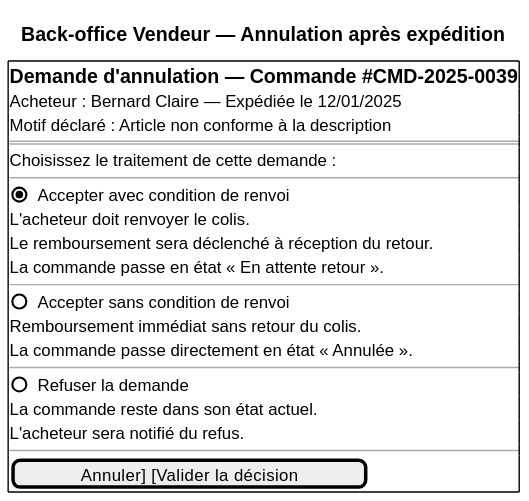
Earlier version of the PlantUML export architecture/04-physical-architecture/diagrams/ihm-bov-annulation-post-expedition.svg (louistalvande/online_shop). Source of this version:
```plantuml
@startsalt
title Back-office Vendeur — Annulation après expédition

{+
  == Demande d'annulation — Commande #CMD-2025-0039
  Acheteur : Bernard Claire — Expédiée le 12/01/2025
  Motif déclaré : Article non conforme à la description
  ==
  Choisissez le traitement de cette demande :
  --
  (X) Accepter avec condition de renvoi
      L'acheteur doit renvoyer le colis.
      Le remboursement sera déclenché à réception du retour.
      La commande passe en état « En attente retour ».
  --
  ( ) Accepter sans condition de renvoi
      Remboursement immédiat sans retour du colis.
      La commande passe directement en état « Annulée ».
  --
  ( ) Refuser la demande
      La commande reste dans son état actuel.
      L'acheteur sera notifié du refus.
  --
  [Annuler]   [Valider la décision]
}
@endsalt
```
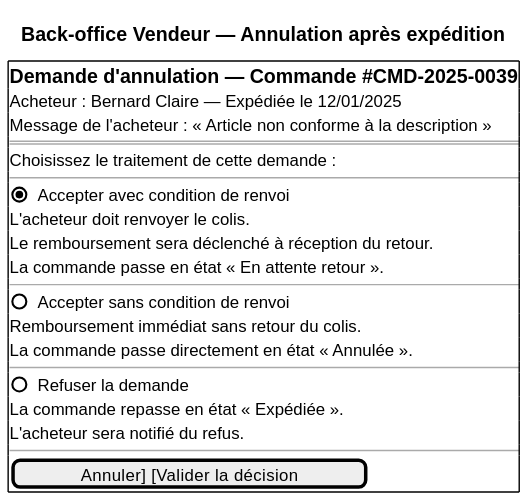
Later version of the same file.

Change to the diagram source:
```diff
@@ -4,7 +4,7 @@
 {+
   == Demande d'annulation — Commande #CMD-2025-0039
   Acheteur : Bernard Claire — Expédiée le 12/01/2025
-  Motif déclaré : Article non conforme à la description
+  Message de l'acheteur : « Article non conforme à la description »
   ==
   Choisissez le traitement de cette demande :
   --
@@ -18,7 +18,7 @@
       La commande passe directement en état « Annulée ».
   --
   ( ) Refuser la demande
-      La commande reste dans son état actuel.
+      La commande repasse en état « Expédiée ».
       L'acheteur sera notifié du refus.
   --
   [Annuler]   [Valider la décision]
```
